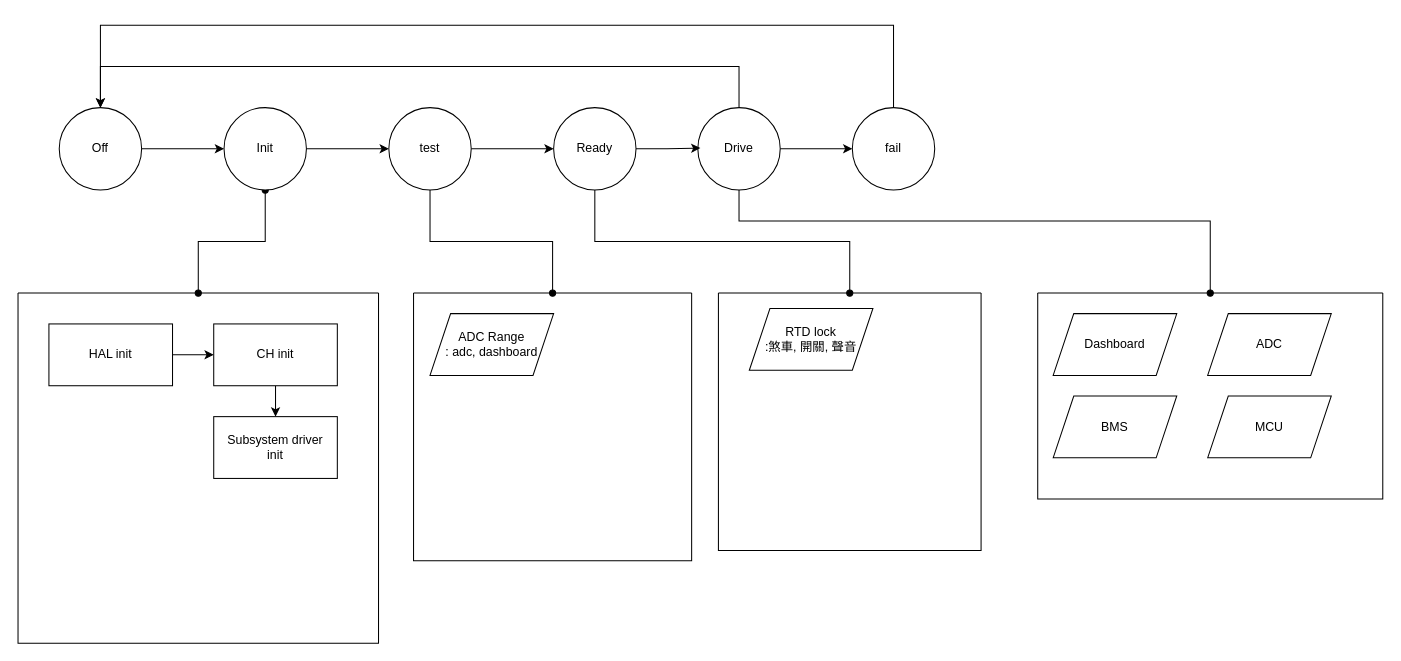
Above: page "state machine" (1 of 2) of draw io/vcu 流程圖.drawio in NYCUVRC/graph (draw.io), before the change. Source tidied: cells renumbered, new cells numbered last; positions are measured from the earlier drawing's top-left corner, leaving out a move shared by most shapes. Both pictures are drawn from the tidied source at 103%, with x=0, y=0 at pixel (18, 25).
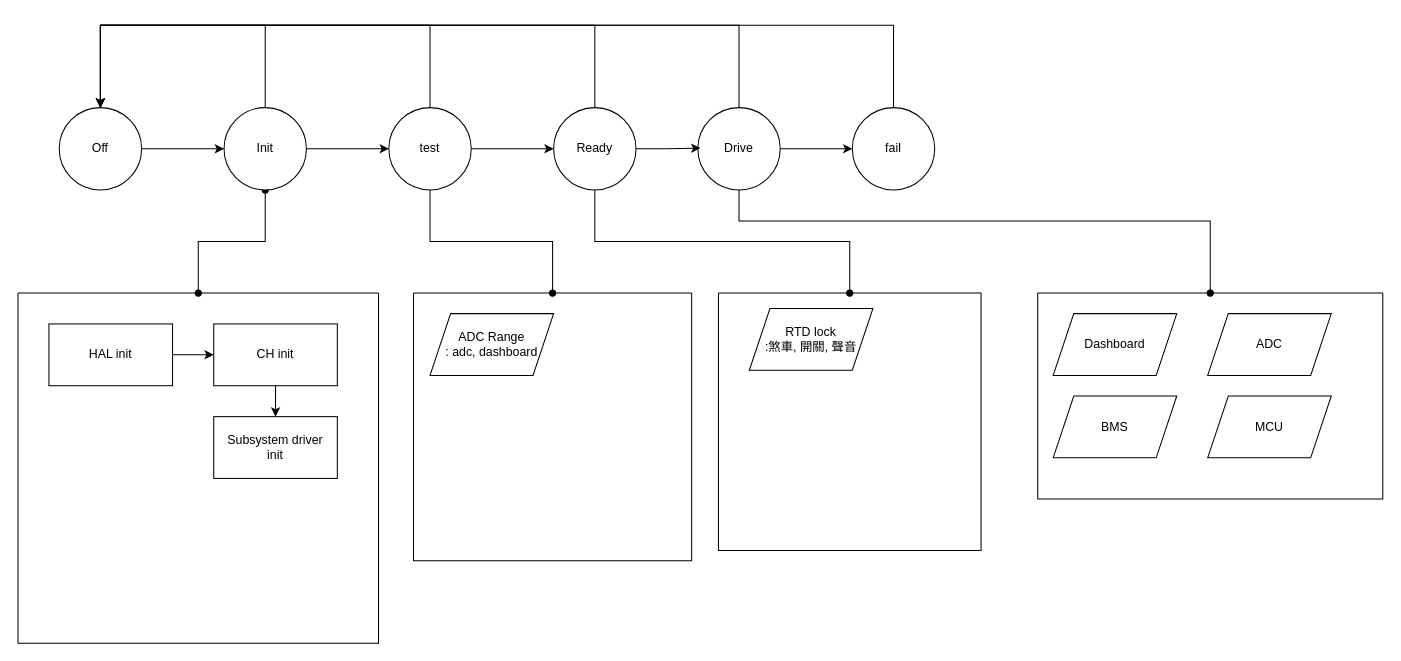
The same page after the edit.

Commit message:
更新vcu 流程圖.drawio

Unchanged cells that the change refers to:
```xml
<mxCell id="3" value="Off" style="ellipse;whiteSpace=wrap;html=1;" parent="1" vertex="1">
  <mxGeometry x="40" y="80" width="80" height="80" as="geometry" />
</mxCell>
<mxCell id="6" value="Init" style="ellipse;whiteSpace=wrap;html=1;" parent="1" vertex="1">
  <mxGeometry x="200" y="80" width="80" height="80" as="geometry" />
</mxCell>
<mxCell id="9" value="test" style="ellipse;whiteSpace=wrap;html=1;" parent="1" vertex="1">
  <mxGeometry x="360" y="80" width="80" height="80" as="geometry" />
</mxCell>
<mxCell id="17" value="Drive" style="ellipse;whiteSpace=wrap;html=1;" parent="1" vertex="1">
  <mxGeometry x="660" y="80" width="80" height="80" as="geometry" />
</mxCell>
<mxCell id="21" value="Ready" style="ellipse;whiteSpace=wrap;html=1;" parent="1" vertex="1">
  <mxGeometry x="520" y="80" width="80" height="80" as="geometry" />
</mxCell>
```

Diff of the diagram source:
```diff
@@
     <mxCell id="10" style="edgeStyle=orthogonalEdgeStyle;rounded=0;jettySize=auto;html=1;exitX=0.5;exitY=0;exitDx=0;exitDy=0;entryX=0.5;entryY=0;entryDx=0;entryDy=0;" parent="1" edge="1" source="17" target="3">
       <mxGeometry relative="1" as="geometry">
         <Array as="points">
-          <mxPoint x="700" y="40" />
-          <mxPoint x="80" y="40" />
+          <mxPoint x="700" />
+          <mxPoint x="80" />
         </Array>
       </mxGeometry>
     </mxCell>
@@
+    <mxCell id="34" style="endArrow=classic;html=1;rounded=0;exitX=0.5;exitY=0;exitDx=0;exitDy=0;entryX=0.5;entryY=0;entryDx=0;entryDy=0;edgeStyle=orthogonalEdgeStyle;" parent="1" edge="1" source="6" target="3">
+      <mxGeometry relative="1" as="geometry">
+        <Array as="points">
+          <mxPoint x="240" />
+          <mxPoint x="80" />
+        </Array>
+      </mxGeometry>
+    </mxCell>
+    <mxCell id="35" style="endArrow=classic;html=1;rounded=0;exitX=0.5;exitY=0;exitDx=0;exitDy=0;entryX=0.5;entryY=0;entryDx=0;entryDy=0;edgeStyle=elbowEdgeStyle;elbow=vertical;" parent="1" edge="1" source="9" target="3">
+      <mxGeometry relative="1" as="geometry">
+        <Array as="points">
+          <mxPoint x="240" />
+        </Array>
+      </mxGeometry>
+    </mxCell>
+    <mxCell id="36" style="endArrow=classic;html=1;rounded=0;exitX=0.5;exitY=0;exitDx=0;exitDy=0;entryX=0.5;entryY=0;entryDx=0;entryDy=0;edgeStyle=elbowEdgeStyle;elbow=vertical;" parent="1" edge="1" source="21" target="3">
+      <mxGeometry relative="1" as="geometry">
+        <Array as="points">
+          <mxPoint x="320" />
+        </Array>
+      </mxGeometry>
+    </mxCell>
```
